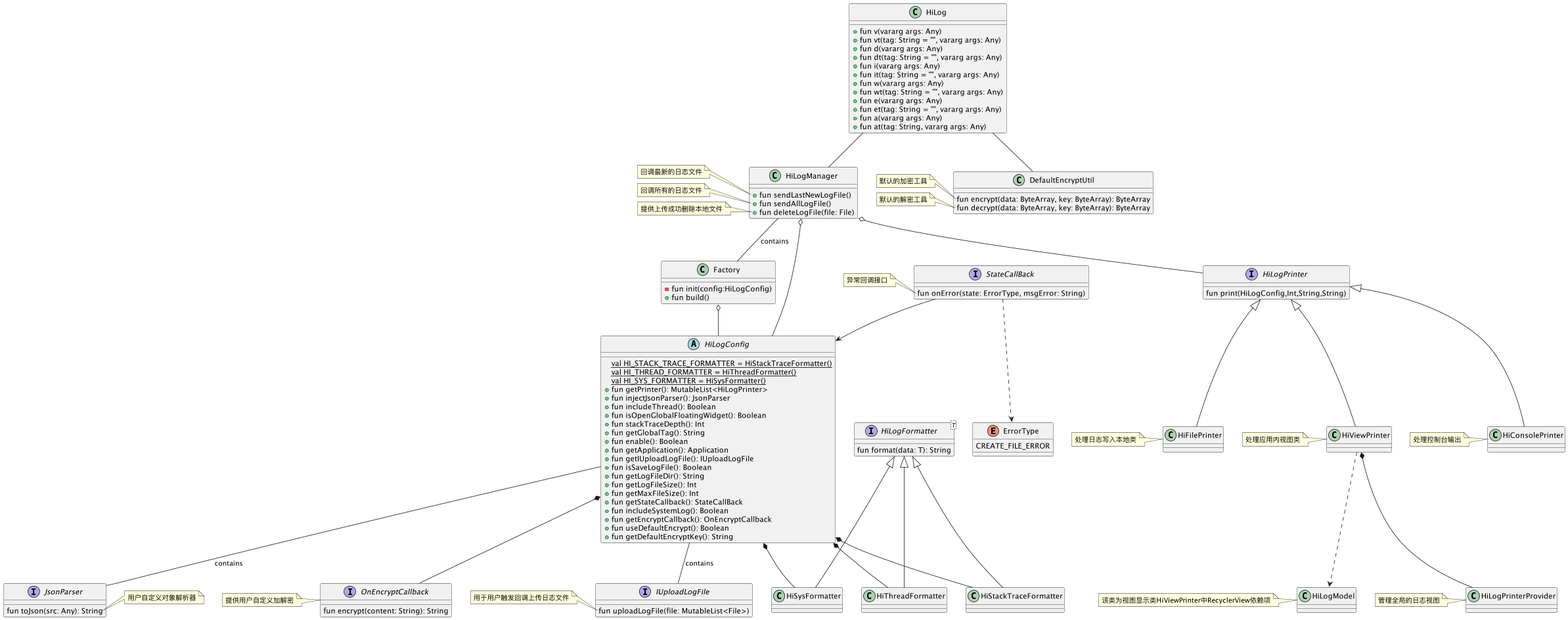
Before: pics/架构图.png, a diagram exported from PlantUML (NeptuneCoder/HiLog). The source it was exported from:
```plantuml
@startuml





abstract class HiLogConfig{
{static} val HI_STACK_TRACE_FORMATTER = HiStackTraceFormatter()
{static} val HI_THREAD_FORMATTER = HiThreadFormatter()
{static} val HI_SYS_FORMATTER = HiSysFormatter()
+     fun getPrinter(): MutableList<HiLogPrinter>
+     fun injectJsonParser(): JsonParser
+     fun includeThread(): Boolean
+     fun isOpenGlobalFloatingWidget(): Boolean
+     fun stackTraceDepth(): Int
+     fun getGlobalTag(): String
+     fun enable(): Boolean
+     fun getApplication(): Application
+     fun getIUploadLogFile(): IUploadLogFile
+     fun isSaveLogFile(): Boolean
+     fun getLogFileDir(): String
+     fun getLogFileSize(): Int
+     fun getMaxFileSize(): Int
+     fun getStateCallback(): StateCallBack
+     fun includeSystemLog(): Boolean
+     fun getEncryptCallback(): OnEncryptCallback
+     fun useDefaultEncrypt(): Boolean
+     fun getDefaultEncryptKey(): String
}

interface OnEncryptCallback{
    fun encrypt(content: String): String
}
note left of OnEncryptCallback
提供用户自定义加解密
end note
interface  IUploadLogFile {
     fun uploadLogFile(file: MutableList<File>)
}
note left of IUploadLogFile::uploadLogFile
用于用户触发回调上传日志文件
end note

HiLogConfig -- IUploadLogFile : contains
HiLogConfig -- JsonParser : contains

interface JsonParser {
     fun toJson(src: Any): String
}

note right of JsonParser::toJson
用户自定义对象解析器
end note

interface HiLogPrinter{
   fun print(HiLogConfig,Int,String,String)
}
interface HiLogFormatter<T> {
    fun format(data: T): String
}
interface StateCallBack{
fun onError(state: ErrorType, msgError: String)
}
note left of StateCallBack::onError
异常回调接口
end note
class HiLog{
+    fun v(vararg args: Any)
+    fun vt(tag: String = "", vararg args: Any)
+    fun d(vararg args: Any)
+    fun dt(tag: String = "", vararg args: Any)
+    fun i(vararg args: Any)
+    fun it(tag: String = "", vararg args: Any)
+    fun w(vararg args: Any)
+    fun wt(tag: String = "", vararg args: Any)
+    fun e(vararg args: Any)
+    fun et(tag: String = "", vararg args: Any)
+    fun a(vararg args: Any)
+    fun at(tag: String, vararg args: Any)
}
class HiLogManager{
+   fun sendLastNewLogFile()
+    fun sendAllLogFile()
+    fun deleteLogFile(file: File)
}

note left of HiLogManager::sendLastNewLogFile
回调最新的日志文件
end note

note left of HiLogManager::sendAllLogFile
回调所有的日志文件
end note

note left of HiLogManager::deleteLogFile
提供上传成功删除本地文件
end note
class Factory{

- fun init(config:HiLogConfig)
+ fun build()


}
HiLogManager -- Factory:contains
class DefaultEncryptUtil{
fun encrypt(data: ByteArray, key: ByteArray): ByteArray
fun decrypt(data: ByteArray, key: ByteArray): ByteArray
}
note left of DefaultEncryptUtil::encrypt
默认的加密工具
end note
note left of DefaultEncryptUtil::decrypt
默认的解密工具
end note

class HiFilePrinter
note left of HiFilePrinter
处理日志写入本地类
end note

class HiViewPrinter
note left of HiViewPrinter
处理应用内视图类
end note

class HiConsolePrinter
note left of HiConsolePrinter
处理控制台输出
end note
HiLogPrinter <|-- HiConsolePrinter
HiLogPrinter <|-- HiFilePrinter
HiLogPrinter <|-- HiViewPrinter

class HiLogPrinterProvider
note left of HiLogPrinterProvider
管理全局的日志视图
end note

class HiLogModel
note left of HiLogModel
该类为视图显示类HiViewPrinter中RecyclerView依赖项
end note

HiViewPrinter ..> HiLogModel

HiViewPrinter *-- HiLogPrinterProvider

HiLogFormatter <|--HiStackTraceFormatter
HiLogFormatter <|--HiSysFormatter
HiLogFormatter <|--HiThreadFormatter

HiLogManager o-- HiLogPrinter
HiLogManager o-- HiLogConfig
Factory o-- HiLogConfig
HiLog -- HiLogManager
HiLog -- DefaultEncryptUtil

HiLogConfig *-- HiStackTraceFormatter
HiLogConfig *-- HiSysFormatter
HiLogConfig *-- HiThreadFormatter
StateCallBack ..> ErrorType
StateCallBack --> HiLogConfig

HiLogConfig *-- OnEncryptCallback

enum ErrorType {
    CREATE_FILE_ERROR
}

@enduml
```
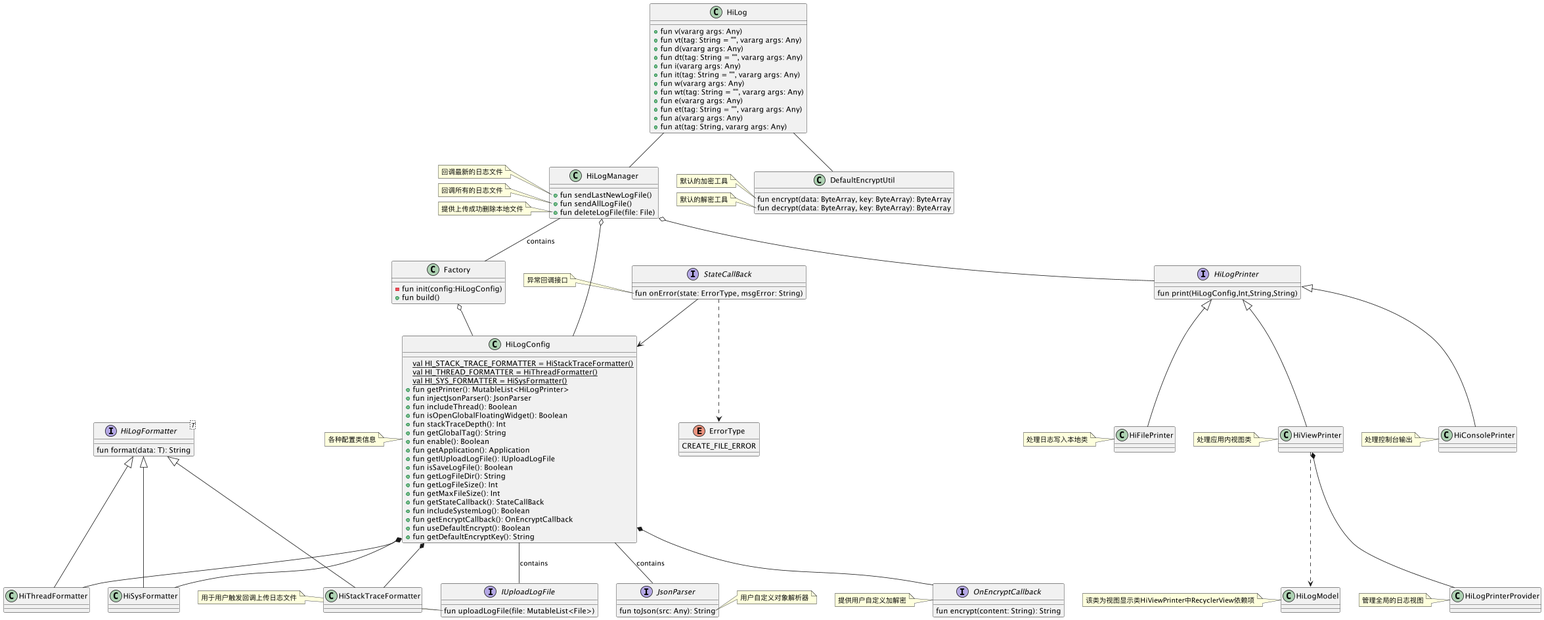
Above is the later version.

The edit, as a diff of the source:
```diff
@@ -142,6 +142,11 @@
 该类为视图显示类HiViewPrinter中RecyclerView依赖项
 end note
 
+class HiLogConfig
+note left of HiLogConfig
+各种配置类信息
+end note
+
 HiViewPrinter ..> HiLogModel
 
 HiViewPrinter *-- HiLogPrinterProvider
```
